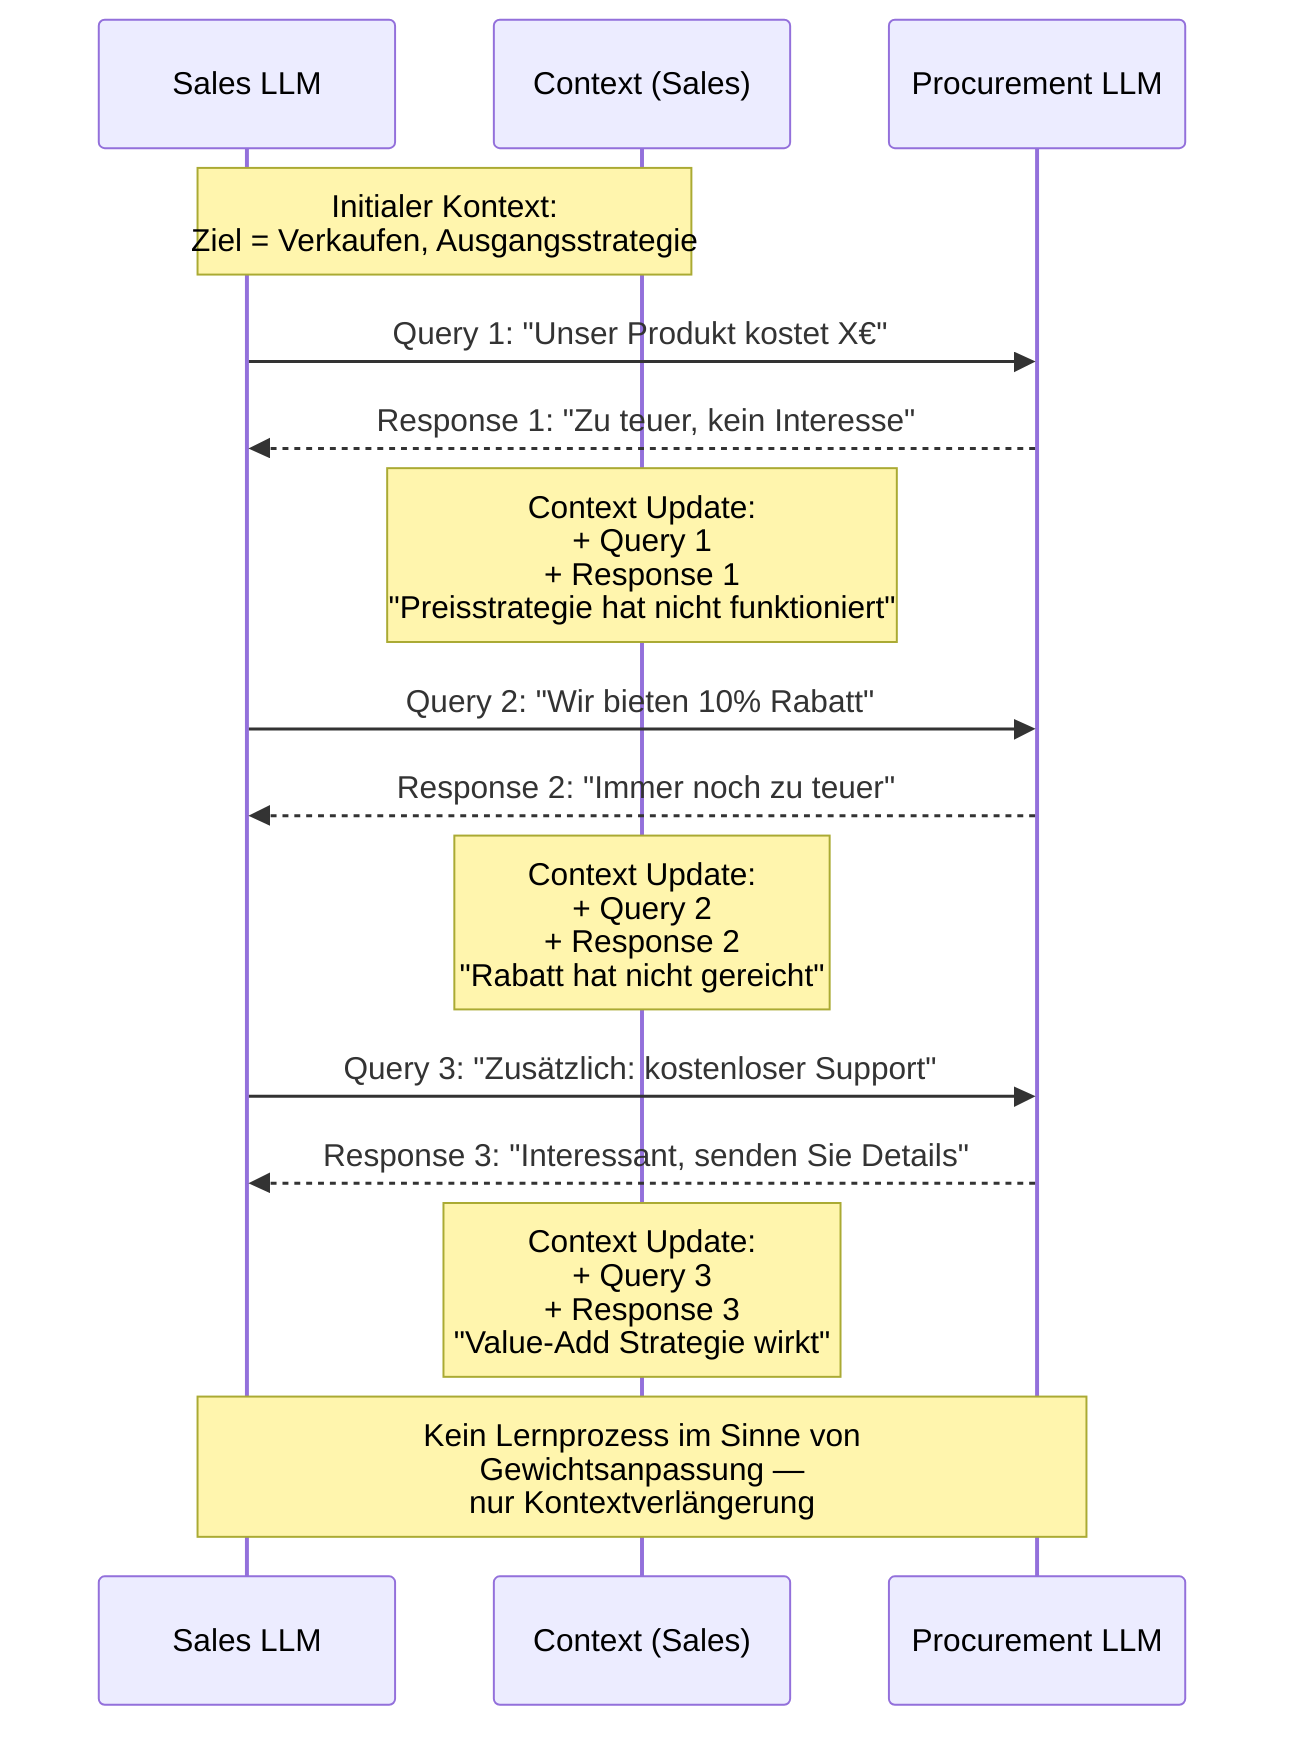
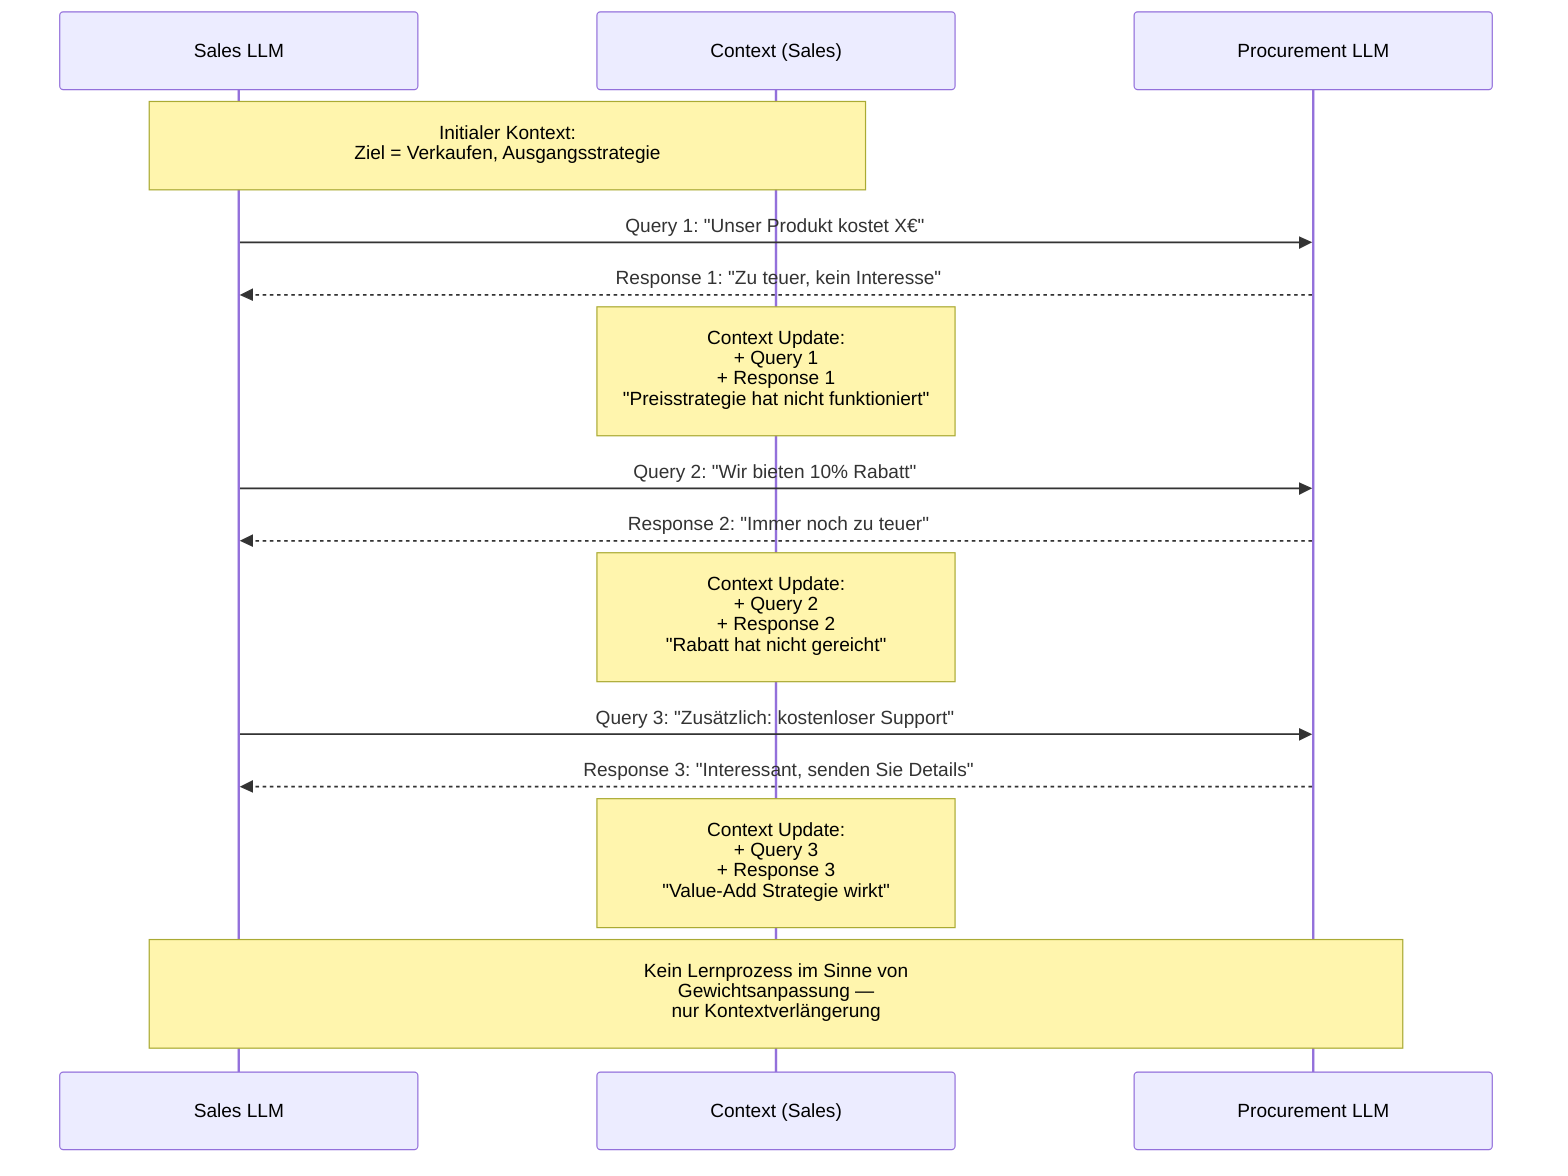
+ %%{init: {'sequence': {'width': 300, 'noteMargin': 20, 'actorMargin': 150}}}%%
+ %%{init: {'sequence': {'width': 300, 'actorMargin': 150}}}%%
sequenceDiagram
    participant S as Sales LLM
    participant C as Context (Sales)
    participant P as Procurement LLM

    Note over S,C: Initialer Kontext:<br/>Ziel = Verkaufen, Ausgangsstrategie

    S->>P: Query 1: "Unser Produkt kostet X€"
    P-->>S: Response 1: "Zu teuer, kein Interesse"

    Note over C: Context Update:<br/>+ Query 1<br/>+ Response 1<br/>"Preisstrategie hat nicht funktioniert"

    S->>P: Query 2: "Wir bieten 10% Rabatt"
    P-->>S: Response 2: "Immer noch zu teuer"

    Note over C: Context Update:<br/>+ Query 2<br/>+ Response 2<br/>"Rabatt hat nicht gereicht"

    S->>P: Query 3: "Zusätzlich: kostenloser Support"
    P-->>S: Response 3: "Interessant, senden Sie Details"

    Note over C: Context Update:<br/>+ Query 3<br/>+ Response 3<br/>"Value-Add Strategie wirkt"

    Note over S,P: Kein Lernprozess im Sinne von<br/>Gewichtsanpassung —<br/>nur Kontextverlängerung
